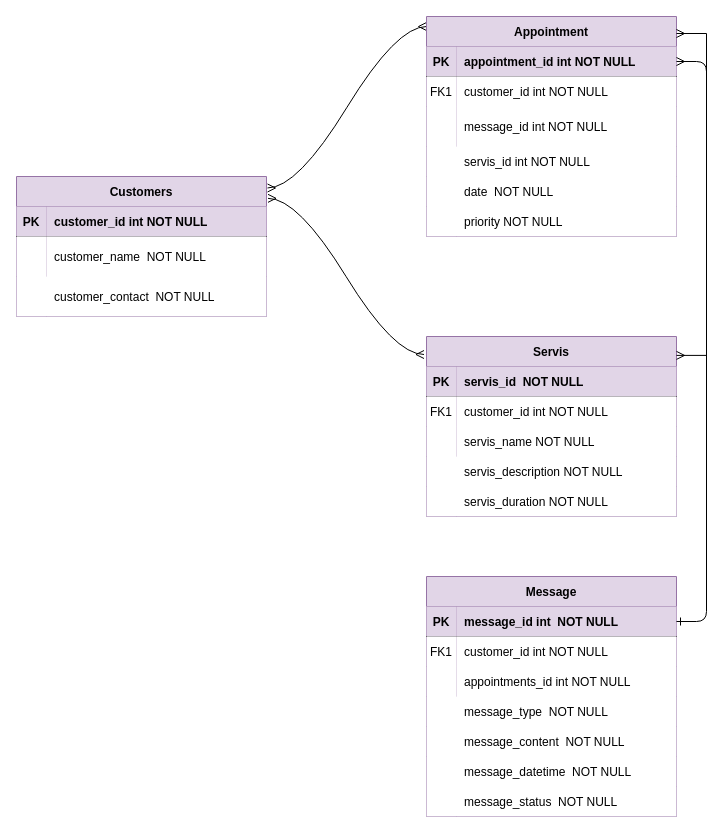
This is Untitled Diagram.drawio from SamsaAhuerma/Hair-salon-app, a draw.io file, before an edit. Source tidied: cells renumbered, new cells numbered last; positions are measured from the earlier drawing's top-left corner, leaving out a move shared by most shapes. Both pictures are drawn from the tidied source at 100%, with x=0, y=0 at pixel (16, 16).
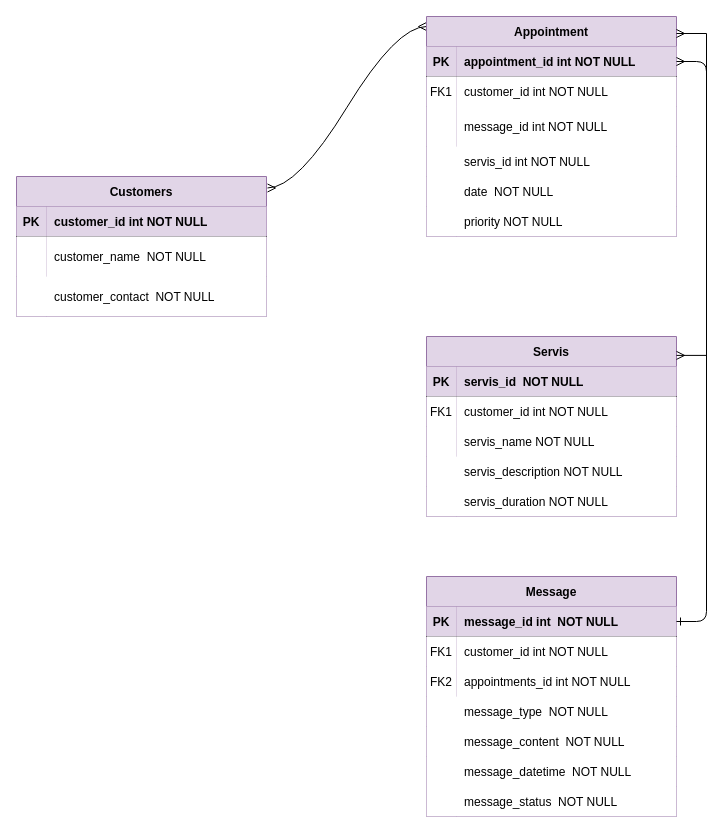
The same diagram, later.

The change refers to these unchanged cells:
```xml
<mxCell id="13" value="Servis" style="shape=table;startSize=30;childLayout=tableLayout;rowLines=0;fontStyle=1;align=center;fillColor=#e1d5e7;strokeColor=#9673a6;" parent="1" vertex="1">
  <mxGeometry x="410" y="320" width="250" height="180" as="geometry" />
</mxCell>
<mxCell id="23" value="Customers" style="shape=table;startSize=30;childLayout=tableLayout;rowLines=0;fontStyle=1;align=center;fillColor=#e1d5e7;strokeColor=#9673a6;" parent="1" vertex="1">
  <mxGeometry y="160" width="250" height="140" as="geometry" />
</mxCell>
<mxCell id="51" style="shape=partialRectangle;fillColor=none;top=0;left=0;right=0;bottom=0;" parent="44" vertex="1">
  <mxGeometry y="90" width="250" height="30" as="geometry" />
</mxCell>
```

Diff of the diagram source:
```diff
@@
-    <mxCell id="30" style="edgeStyle=entityRelationEdgeStyle;endArrow=ERmany;startArrow=ERmany;endFill=0;startFill=0;rounded=0;curved=1;entryX=-0.01;entryY=0.1;entryDx=0;entryDy=0;entryPerimeter=0;exitX=1.006;exitY=0.156;exitDx=0;exitDy=0;exitPerimeter=0;" parent="1" edge="1" source="23" target="13">
-      <mxGeometry relative="1" as="geometry">
-        <Array as="points">
-          <mxPoint x="280" y="180" />
-          <mxPoint x="289" y="180" />
-          <mxPoint x="420" y="30" />
-        </Array>
-      </mxGeometry>
-    </mxCell>
@@
-    <mxCell id="52" style="shape=partialRectangle;overflow=hidden;top=0;left=0;bottom=0;right=0;" parent="51" vertex="1">
+    <mxCell id="52" value="FK2" style="shape=partialRectangle;overflow=hidden;top=0;left=0;bottom=0;right=0;" parent="51" vertex="1">
       <mxGeometry width="30" height="30" as="geometry" />
     </mxCell>
```
